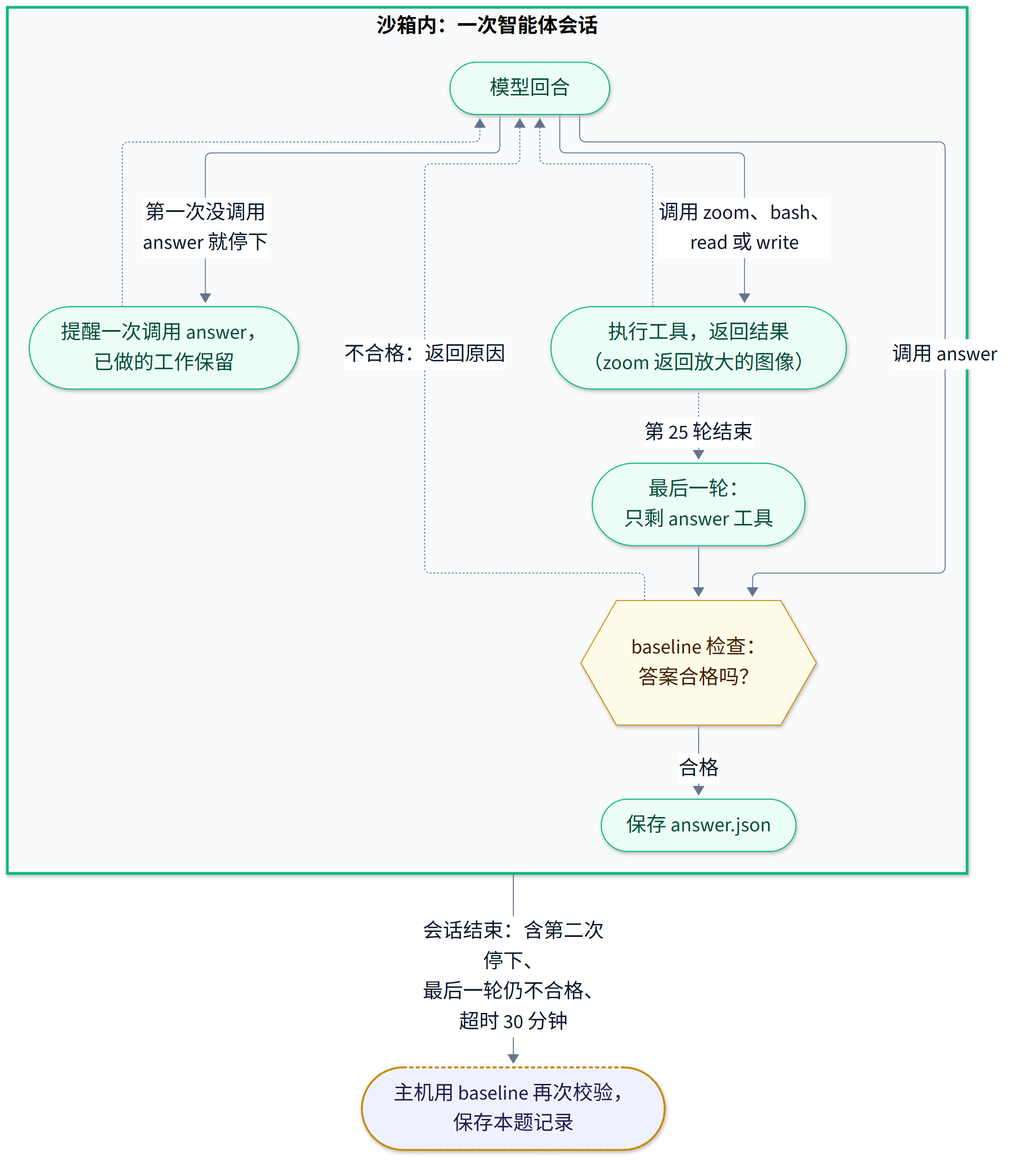
Earlier version of the Mermaid export docs/diagrams/zh-question-states.png (eric15342335/AIFep-FDU.github.io). Its source is kept beside it as docs/diagrams/zh-question-states.mmd.
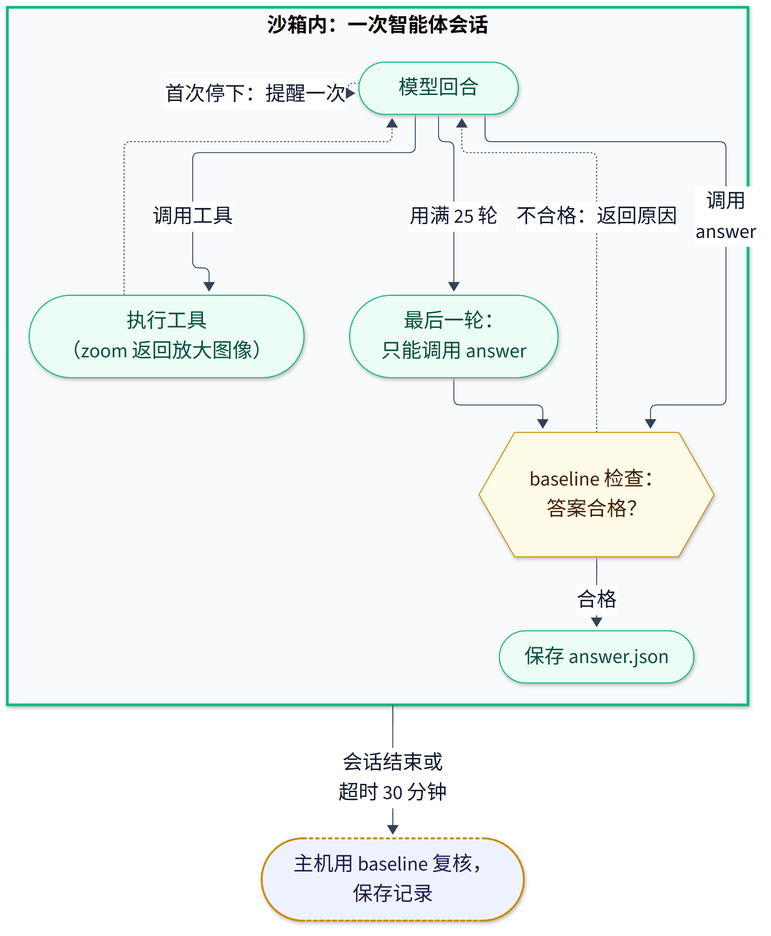
The same diagram one commit later.

The edit, as a diff of the source:
```diff
@@ -1,29 +1,27 @@
-%%{init: {"theme": "base", "themeVariables": {"fontSize": "22px", "lineColor": "#64748b", "primaryTextColor": "#0f172a", "edgeLabelBackground": "#ffffff"}, "flowchart": {"nodeSpacing": 14, "rankSpacing": 34, "padding": 10, "wrappingWidth": 360, "subGraphTitleMargin": {"top": 4, "bottom": 10}}}}%%
+%%{init: {"theme": "base", "themeVariables": {"fontSize": "22px", "lineColor": "#334155", "primaryTextColor": "#0f172a", "edgeLabelBackground": "#ffffff"}, "flowchart": {"nodeSpacing": 16, "rankSpacing": 36, "padding": 10, "wrappingWidth": 300, "subGraphTitleMargin": {"top": 4, "bottom": 10}}}}%%
 flowchart TB
     subgraph SESSION["<b>沙箱内：一次智能体会话</b>"]
         direction TB
         turn(["模型回合"])
-        tool(["执行工具，返回结果<br/>（zoom 返回放大的图像）"])
-        check{{"baseline 检查：<br/>答案合格吗？"}}
-        remind(["提醒一次调用 answer，<br/>已做的工作保留"])
-        grace(["最后一轮：<br/>只剩 answer 工具"])
+        tool(["执行工具<br/>（zoom 返回放大图像）"])
+        check{{"baseline 检查：<br/>答案合格？"}}
+        grace(["最后一轮：<br/>只能调用 answer"])
         saved(["保存 answer.json"])
-        turn -- "调用 zoom、bash、<br/>read 或 write" --> tool
-        turn -- "调用 answer" --> check
-        turn -- "第一次没调用<br/>answer 就停下" --> remind
-        tool -. "第 25 轮结束" .-> grace
+        turn -- "调用工具" --> tool
+        tool -.-> turn
+        turn -. "首次停下：提醒一次" .-> turn
+        turn -- "调用<br/>answer" --> check
+        check -. "不合格：返回原因" .-> turn
+        turn -- "用满 25 轮" --> grace
         grace --> check
         check -- "合格" --> saved
-        tool -.-> turn
-        remind -.-> turn
-        check -. "不合格：返回原因" .-> turn
     end
-    SESSION -- "会话结束：含第二次停下、<br/>最后一轮仍不合格、<br/>超时 30 分钟" --> host(["主机用 baseline 再次校验，<br/>保存本题记录"])
+    SESSION -- "会话结束或<br/>超时 30 分钟" --> host(["主机用 baseline 复核，<br/>保存记录"])
 
     classDef base fill:#fefce8,stroke:#ca8a04,color:#422006
     classDef usesBase fill:#eef2ff,stroke:#ca8a04,color:#1e1b4b,stroke-width:2px,stroke-dasharray:4 3
     classDef agent fill:#ecfdf5,stroke:#10b981,color:#064e3b
     class check base
     class host usesBase
-    class turn,tool,remind,grace,saved agent
+    class turn,tool,grace,saved agent
     style SESSION fill:#f8fafc,stroke:#10b981,stroke-width:3px
```
